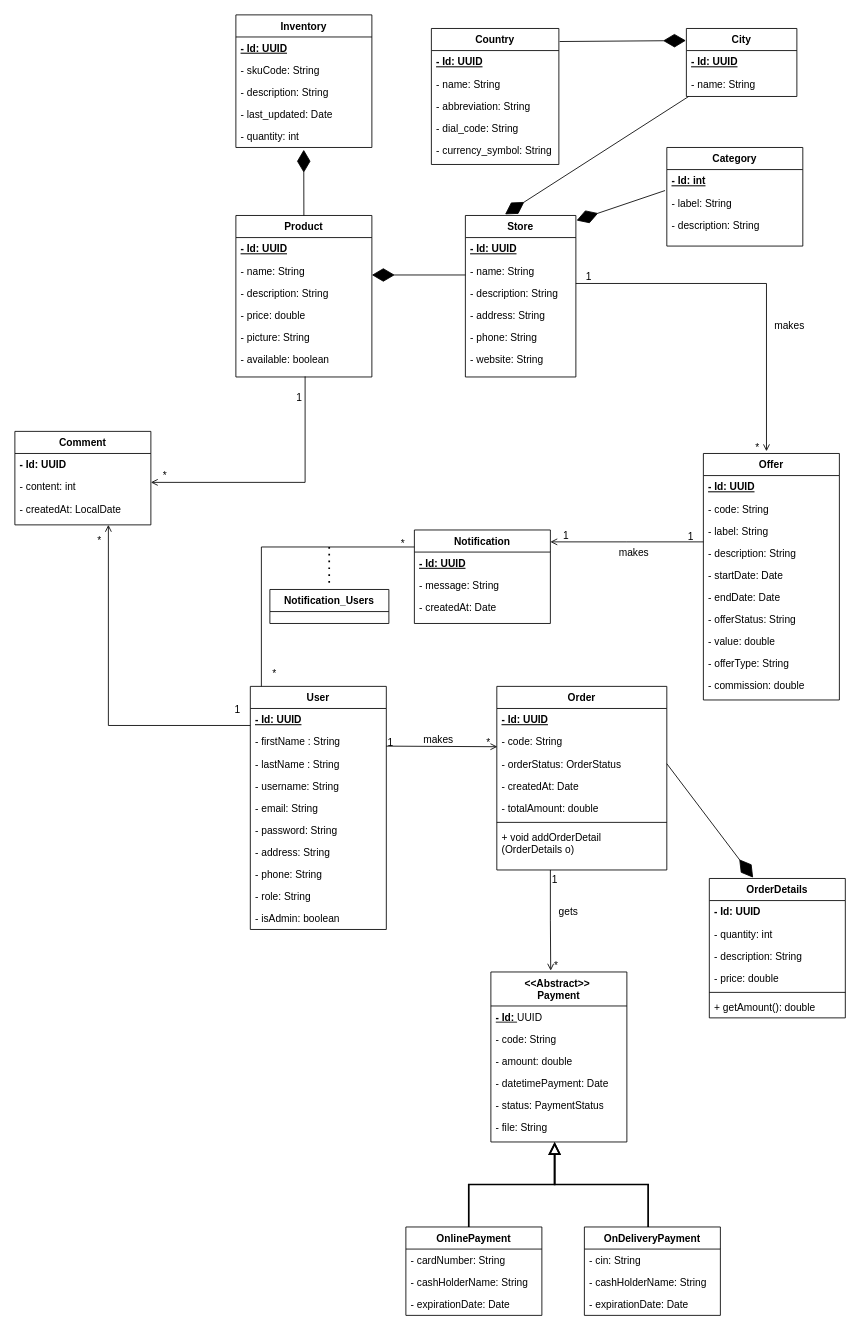
The draw.io diagram circuit_store.drawio in amine-elarass49/angular_doc, before the edit. Source tidied: cells renumbered, new cells numbered last; positions are measured from the earlier drawing's top-left corner, leaving out a move shared by most shapes. Both pictures are drawn from the tidied source at 85%, with x=0, y=0 at pixel (14, 14).
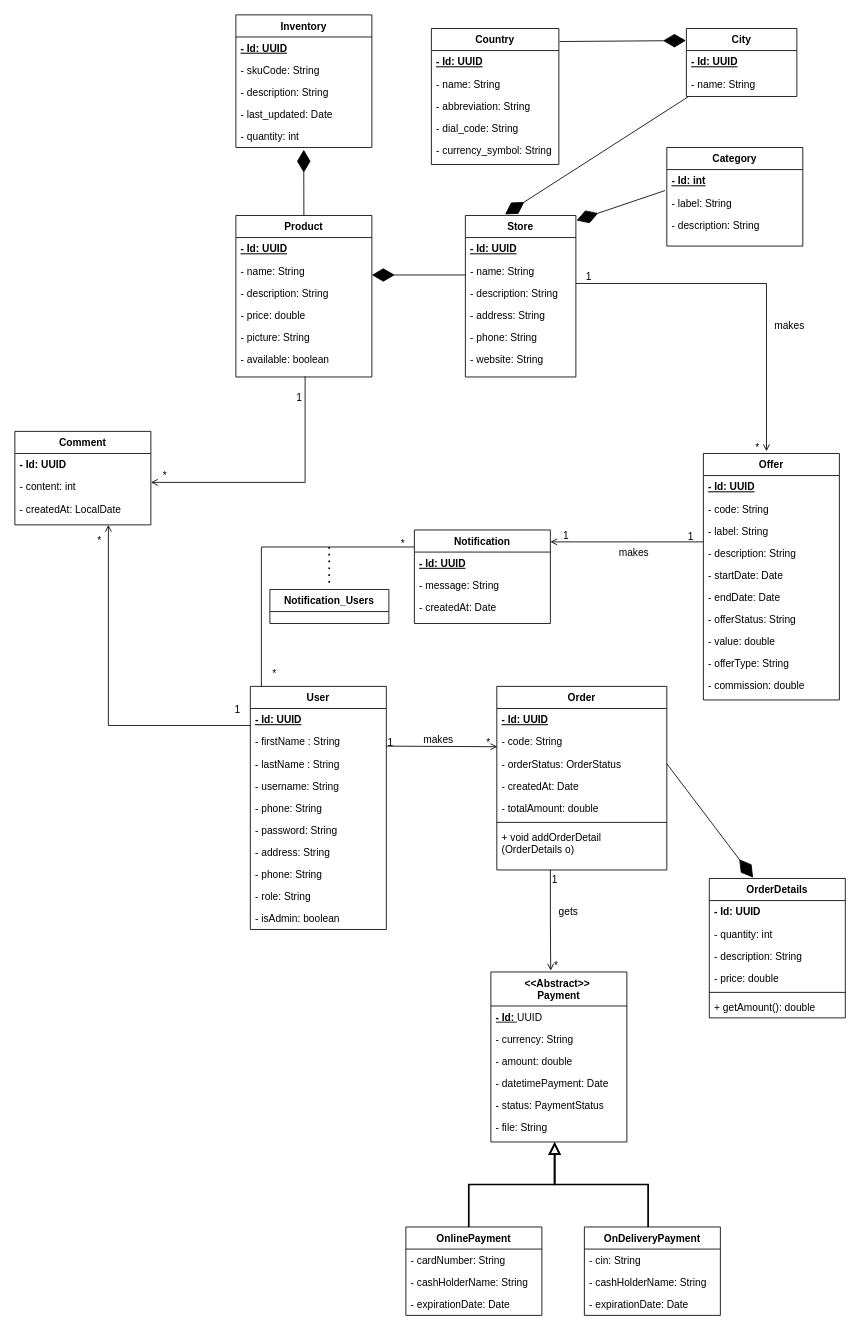
The same page after the edit.

The change refers to these unchanged cells:
```xml
<mxCell id="44" value="User" style="swimlane;fontStyle=1;align=center;verticalAlign=top;horizontal=1;startSize=26;rounded=0;shadow=0;strokeWidth=1;" parent="1" vertex="1">
  <mxGeometry x="277" y="790" width="160" height="286" as="geometry" />
</mxCell>
<mxCell id="60" value="&lt;div&gt;&amp;lt;&amp;lt;Abstract&amp;gt;&amp;gt;&amp;nbsp;&lt;/div&gt;&lt;div&gt;Payment&lt;/div&gt;" style="swimlane;fontStyle=1;align=center;verticalAlign=top;horizontal=1;startSize=40;whiteSpace=wrap;html=1;" parent="1" vertex="1">
  <mxGeometry x="560" y="1126" width="160" height="200" as="geometry" />
</mxCell>
```

Change to the diagram source:
```diff
@@
-    <mxCell id="49" value="- email: String" style="text;align=left;verticalAlign=top;spacingLeft=4;spacingRight=4;overflow=hidden;rounded=0;shadow=0;html=0;" parent="44" vertex="1">
+    <mxCell id="49" value="- phone: String" style="text;align=left;verticalAlign=top;spacingLeft=4;spacingRight=4;overflow=hidden;rounded=0;shadow=0;html=0;" parent="44" vertex="1">
       <mxGeometry y="130" width="160" height="26" as="geometry" />
     </mxCell>
@@
-    <mxCell id="62" value="- code: String" style="text;strokeColor=none;fillColor=none;align=left;verticalAlign=top;spacingLeft=4;spacingRight=4;overflow=hidden;whiteSpace=wrap;html=1;" parent="60" vertex="1">
+    <mxCell id="62" value="- currency: String" style="text;strokeColor=none;fillColor=none;align=left;verticalAlign=top;spacingLeft=4;spacingRight=4;overflow=hidden;whiteSpace=wrap;html=1;" parent="60" vertex="1">
       <mxGeometry y="66" width="160" height="26" as="geometry" />
     </mxCell>
```
